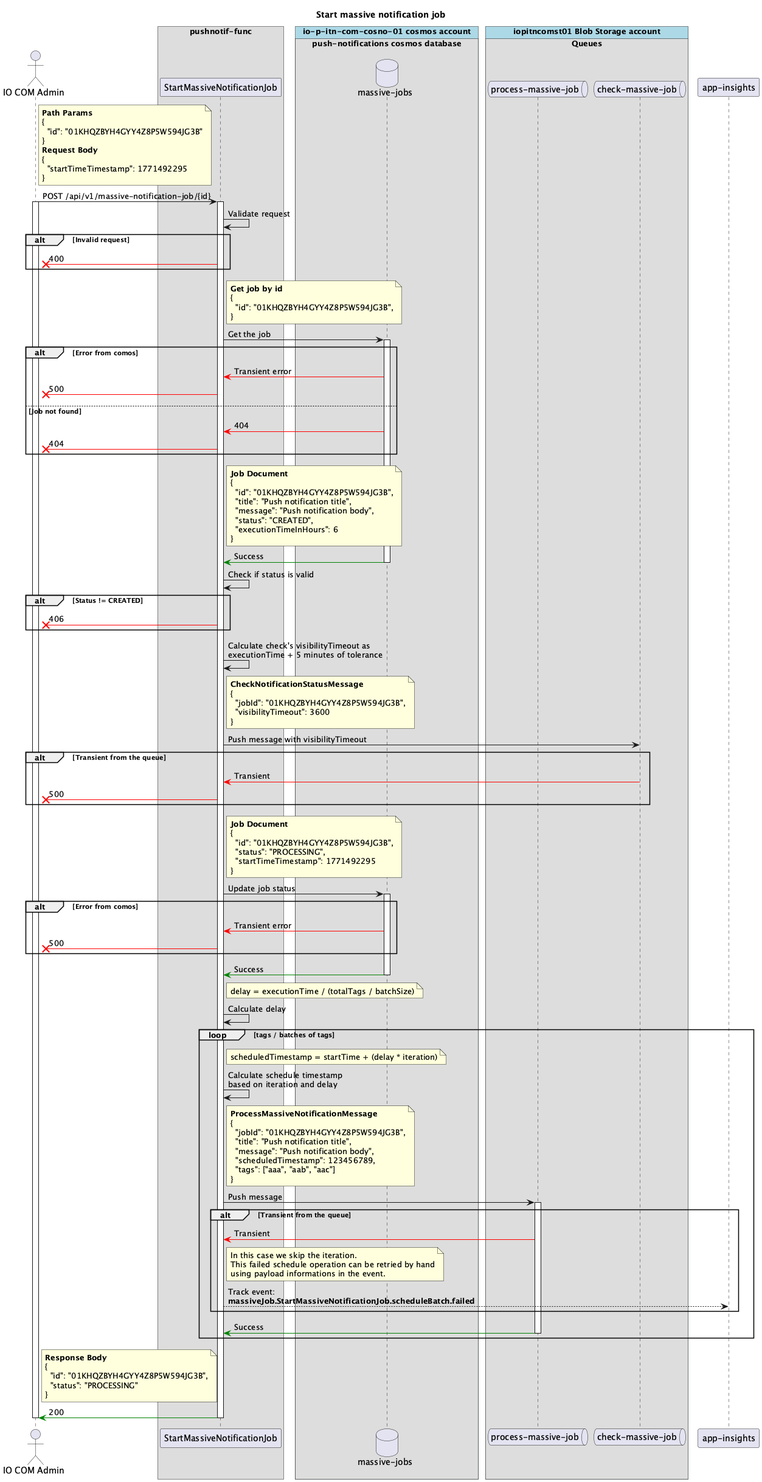
Above: apps/pushnotif-func/docs/png/start-massive-job.png in pagopa/io-messages (PlantUML), before the change.
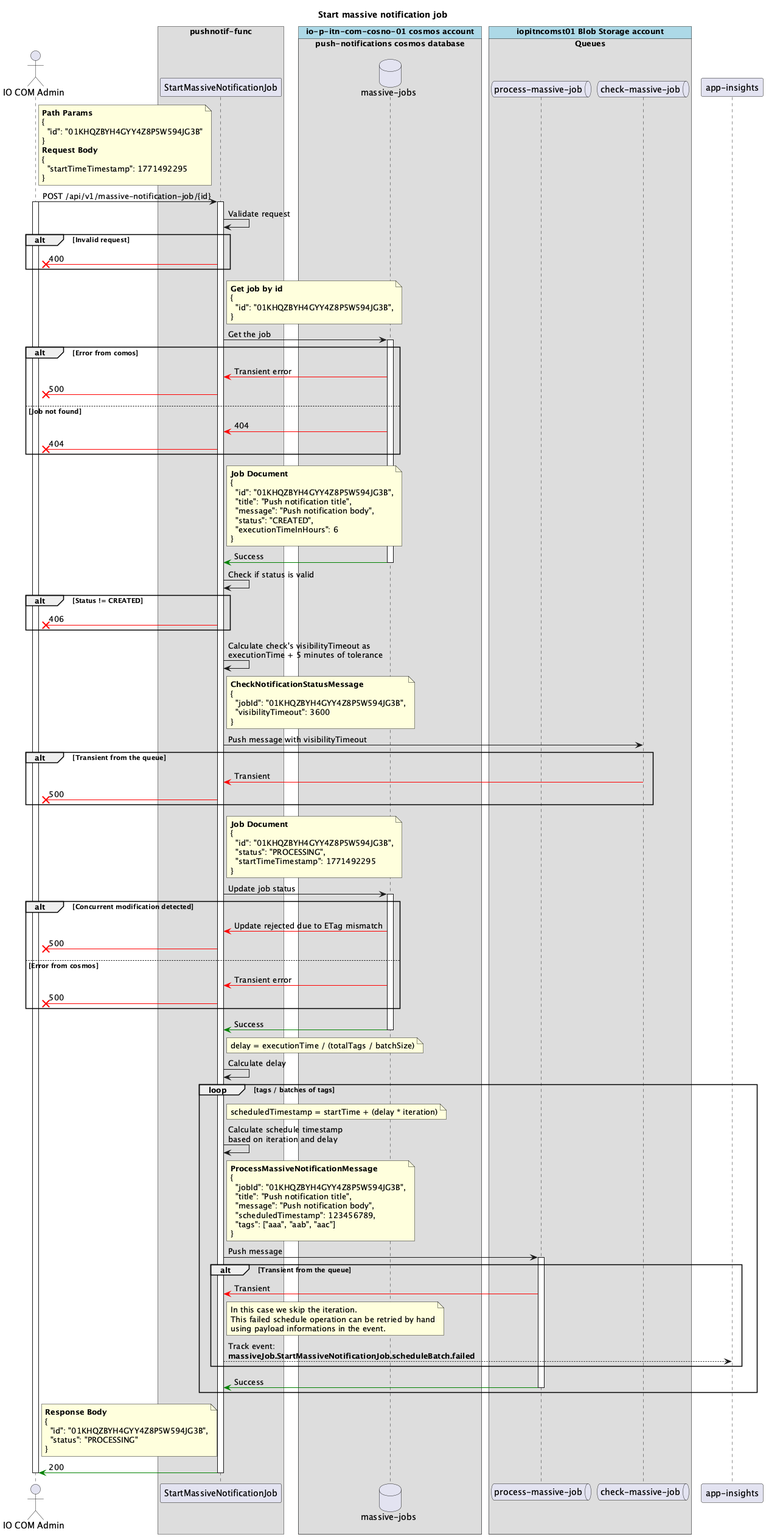
The same file after the commit.

The edit, as a diff of the source:
```diff
@@ -106,7 +106,10 @@
 activate mnj
 
 
-alt Error from comos
+alt Concurrent modification detected
+  mnj -[#red]> httpfunc : Update rejected due to ETag mismatch
+  httpfunc -[#red]x admin : 500
+else Error from cosmos
   mnj -[#red]> httpfunc : Transient error
   httpfunc -[#red]x admin : 500
 end
```
